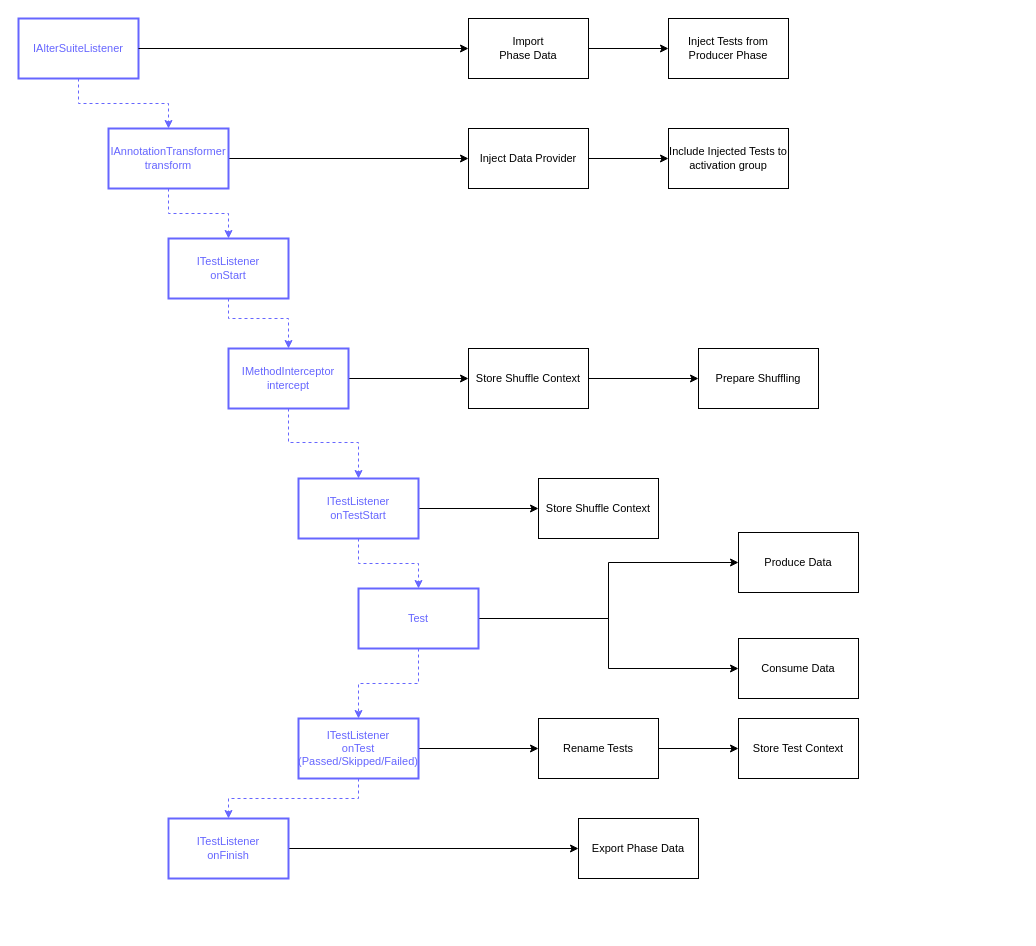
Earlier version of the draw.io diagram page "TestNG Process" (10 of 15) of diagrams/PhasedDiagrams.drawio (adobe/phased-testing). Source tidied: cells renumbered, new cells numbered last; positions are measured from the earlier drawing's top-left corner, leaving out a move shared by most shapes. Both pictures are drawn from the tidied source at 100%, with x=0, y=0 at pixel (18, 18).
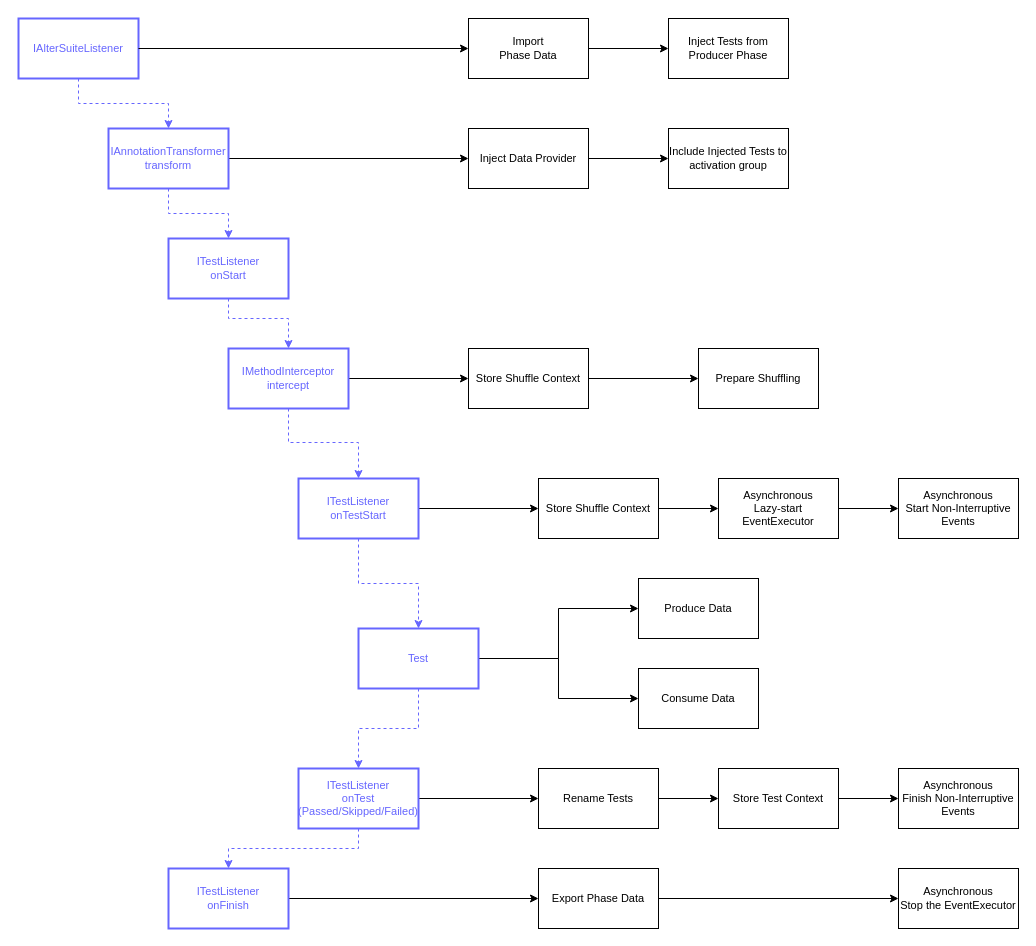
The same page after the edit.

Commit message (it also covers changes not shown here):
Fixed #118 using ITest Results for the PhasedEvents, Fixed #120 where the EventManager executes the asynchronous events using an ExecutorService

Unchanged cells that the change refers to:
```xml
<mxCell id="19" value="Store Shuffle Context" style="rounded=0;whiteSpace=wrap;html=1;fontSize=11;align=center;" parent="1" vertex="1">
  <mxGeometry x="520" y="460" width="120" height="60" as="geometry" />
</mxCell>
```

The edit, as a diff of the source:
```diff
@@
     <mxCell id="13" value="Test" style="whiteSpace=wrap;html=1;rounded=0;fontSize=11;fontColor=#6666FF;strokeColor=#6666FF;strokeWidth=2;" parent="1" vertex="1">
-      <mxGeometry x="340" y="570" width="120" height="60" as="geometry" />
+      <mxGeometry x="340" y="610" width="120" height="60" as="geometry" />
     </mxCell>
@@
     <mxCell id="15" value="ITestListener&lt;br&gt;onFinish" style="whiteSpace=wrap;html=1;rounded=0;fontSize=11;fontColor=#6666FF;strokeColor=#6666FF;strokeWidth=2;" parent="1" vertex="1">
-      <mxGeometry x="150" y="800" width="120" height="60" as="geometry" />
+      <mxGeometry x="150" y="850" width="120" height="60" as="geometry" />
     </mxCell>
@@
+    <mxCell id="41" style="edgeStyle=orthogonalEdgeStyle;rounded=0;jettySize=auto;html=1;" parent="1" edge="1" source="19" target="48">
+      <mxGeometry relative="1" as="geometry" />
+    </mxCell>
@@
     <mxCell id="20" value="Produce Data" style="rounded=0;whiteSpace=wrap;html=1;fontSize=11;align=center;" parent="1" vertex="1">
-      <mxGeometry x="720" y="514" width="120" height="60" as="geometry" />
+      <mxGeometry x="620" y="560" width="120" height="60" as="geometry" />
     </mxCell>
     <mxCell id="21" value="Consume Data" style="rounded=0;whiteSpace=wrap;html=1;fontSize=11;align=center;" parent="1" vertex="1">
-      <mxGeometry x="720" y="620" width="120" height="60" as="geometry" />
+      <mxGeometry x="620" y="650" width="120" height="60" as="geometry" />
     </mxCell>
+    <mxCell id="42" style="edgeStyle=orthogonalEdgeStyle;rounded=0;jettySize=auto;html=1;entryX=0;entryY=0.5;entryDx=0;entryDy=0;" parent="1" edge="1" source="40" target="45">
+      <mxGeometry relative="1" as="geometry" />
+    </mxCell>
+    <mxCell id="43" style="edgeStyle=orthogonalEdgeStyle;rounded=0;jettySize=auto;html=1;" parent="1" edge="1" source="22" target="46">
+      <mxGeometry relative="1" as="geometry" />
+    </mxCell>
     <mxCell id="22" value="Export Phase Data" style="rounded=0;whiteSpace=wrap;html=1;fontSize=11;align=center;" parent="1" vertex="1">
-      <mxGeometry x="560" y="800" width="120" height="60" as="geometry" />
+      <mxGeometry x="520" y="850" width="120" height="60" as="geometry" />
     </mxCell>
@@
     <mxCell id="36" value="ITestListener&lt;br&gt;onTest&lt;br&gt;(Passed/Skipped/Failed)" style="whiteSpace=wrap;html=1;rounded=0;fontSize=11;fontColor=#6666FF;strokeColor=#6666FF;strokeWidth=2;" parent="1" vertex="1">
-      <mxGeometry x="280" y="700" width="120" height="60" as="geometry" />
+      <mxGeometry x="280" y="750" width="120" height="60" as="geometry" />
     </mxCell>
@@
     <mxCell id="39" value="Rename Tests" style="rounded=0;whiteSpace=wrap;html=1;fontSize=11;align=center;" parent="1" vertex="1">
-      <mxGeometry x="520" y="700" width="120" height="60" as="geometry" />
+      <mxGeometry x="520" y="750" width="120" height="60" as="geometry" />
     </mxCell>
     <mxCell id="40" value="Store Test Context" style="rounded=0;whiteSpace=wrap;html=1;fontSize=11;align=center;" parent="1" vertex="1">
-      <mxGeometry x="720" y="700" width="120" height="60" as="geometry" />
+      <mxGeometry x="700" y="750" width="120" height="60" as="geometry" />
     </mxCell>
+    <mxCell id="44" value="Asynchronous&lt;br&gt;Start Non-Interruptive Events" style="whiteSpace=wrap;html=1;fontSize=11;rounded=0;" parent="1" vertex="1">
+      <mxGeometry x="880" y="460" width="120" height="60" as="geometry" />
+    </mxCell>
+    <mxCell id="45" value="Asynchronous&lt;br&gt;Finish Non-Interruptive Events" style="whiteSpace=wrap;html=1;fontSize=11;rounded=0;" parent="1" vertex="1">
+      <mxGeometry x="880" y="750" width="120" height="60" as="geometry" />
+    </mxCell>
+    <mxCell id="46" value="Asynchronous&lt;br&gt;Stop the EventExecutor" style="whiteSpace=wrap;html=1;fontSize=11;rounded=0;" parent="1" vertex="1">
+      <mxGeometry x="880" y="850" width="120" height="60" as="geometry" />
+    </mxCell>
+    <mxCell id="47" style="edgeStyle=orthogonalEdgeStyle;rounded=0;jettySize=auto;html=1;" parent="1" edge="1" source="48" target="44">
+      <mxGeometry relative="1" as="geometry" />
+    </mxCell>
+    <mxCell id="48" value="Asynchronous&lt;br&gt;Lazy-start EventExecutor" style="whiteSpace=wrap;html=1;fontSize=11;rounded=0;" parent="1" vertex="1">
+      <mxGeometry x="700" y="460" width="120" height="60" as="geometry" />
+    </mxCell>
```
